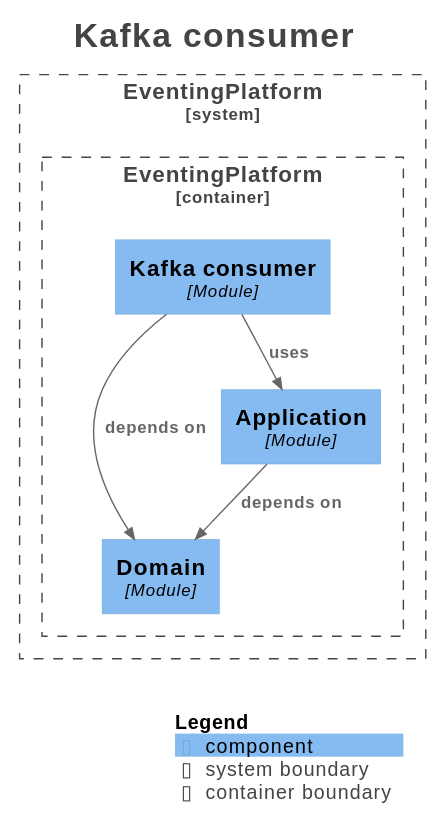
Before: docs/generated/architecture/svg/module-eventing.adapter.kafka.consumer.svg, a diagram exported from PlantUML (Mathmagicians/confluent-eventing-playground).
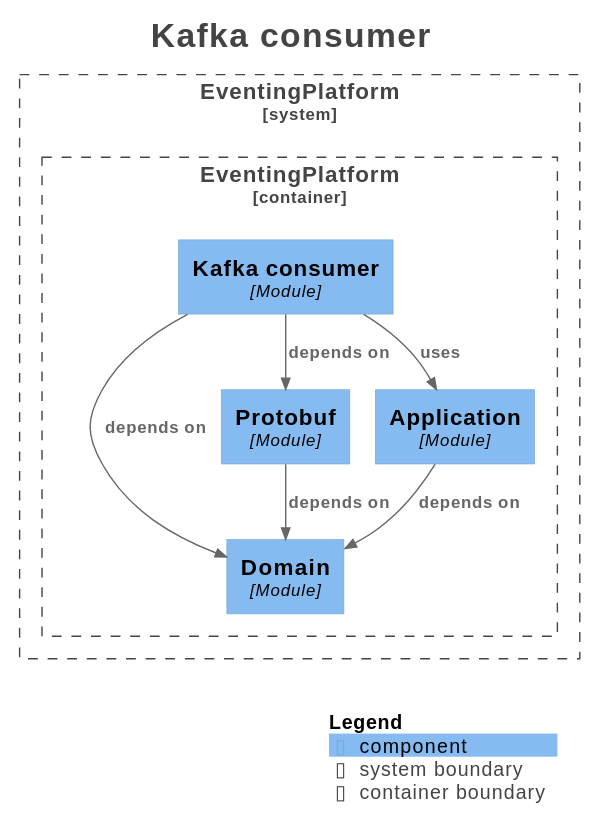
After the change.

Diff of the diagram source:
```diff
@@ -19,15 +19,18 @@
 System_Boundary("EventingPlatform_boundary", "EventingPlatform", $tags="") {
   Container_Boundary("EventingPlatform.EventingPlatform_boundary", "EventingPlatform", $tags="") {
     Component(EventingPlatform.EventingPlatform.Domain, "Domain", $techn="Module", $descr="", $tags="", $link="")
+    Component(EventingPlatform.EventingPlatform.Protobuf, "Protobuf", $techn="Module", $descr="", $tags="", $link="")
     Component(EventingPlatform.EventingPlatform.Application, "Application", $techn="Module", $descr="", $tags="", $link="")
     Component(EventingPlatform.EventingPlatform.Kafkaconsumer, "Kafka consumer", $techn="Module", $descr="", $tags="", $link="")
   }
 
 }
 
+Rel(EventingPlatform.EventingPlatform.Kafkaconsumer, EventingPlatform.EventingPlatform.Domain, "depends on", $techn="", $tags="", $link="")
+Rel(EventingPlatform.EventingPlatform.Kafkaconsumer, EventingPlatform.EventingPlatform.Protobuf, "depends on", $techn="", $tags="", $link="")
+Rel(EventingPlatform.EventingPlatform.Kafkaconsumer, EventingPlatform.EventingPlatform.Application, "uses", $techn="", $tags="", $link="")
+Rel(EventingPlatform.EventingPlatform.Protobuf, EventingPlatform.EventingPlatform.Domain, "depends on", $techn="", $tags="", $link="")
 Rel(EventingPlatform.EventingPlatform.Application, EventingPlatform.EventingPlatform.Domain, "depends on", $techn="", $tags="", $link="")
-Rel(EventingPlatform.EventingPlatform.Kafkaconsumer, EventingPlatform.EventingPlatform.Domain, "depends on", $techn="", $tags="", $link="")
-Rel(EventingPlatform.EventingPlatform.Kafkaconsumer, EventingPlatform.EventingPlatform.Application, "uses", $techn="", $tags="", $link="")
 
 SHOW_LEGEND(true)
 hide stereotypes
```
